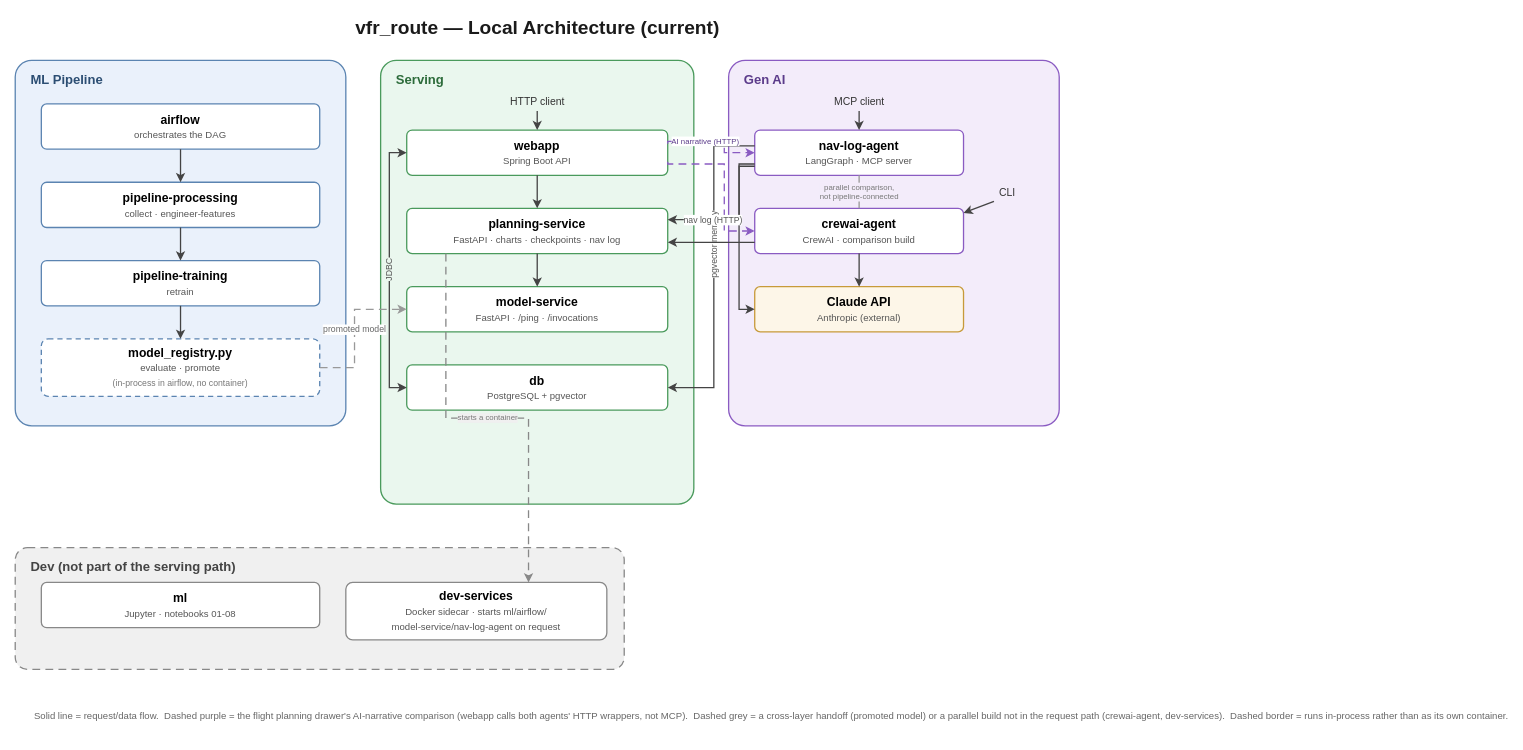
Earlier version of the draw.io diagram docs/architecture-current.drawio (asdaq-samir/flight_plan). Source tidied: cells renumbered, new cells numbered last; positions are measured from the earlier drawing's top-left corner, leaving out a move shared by most shapes. Both pictures are drawn from the tidied source at 87%, with x=0, y=0 at pixel (15, 15).
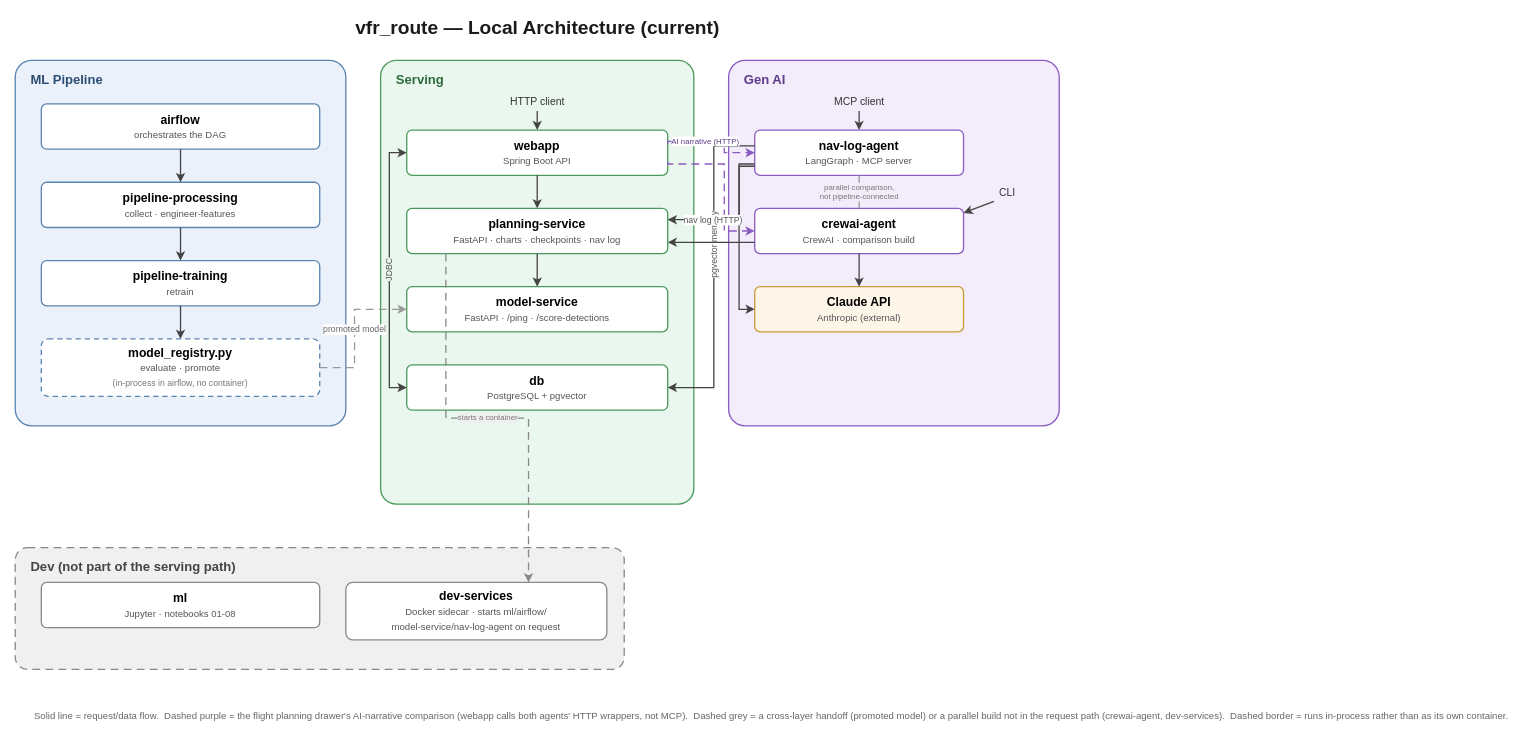
Above is the later version.

Diff of the diagram source:
```diff
@@
-    <mxCell id="14" value="&lt;b&gt;model-service&lt;/b&gt;&lt;br&gt;&lt;span style=&quot;font-size:11px;color:#555555;&quot;&gt;FastAPI · /ping · /invocations&lt;/span&gt;" style="rounded=1;arcSize=12;whiteSpace=wrap;html=1;fillColor=#FFFFFF;strokeColor=#4A9A5C;strokeWidth=1.5;fontSize=14;" parent="1" vertex="1">
+    <mxCell id="14" value="&lt;b&gt;model-service&lt;/b&gt;&lt;br&gt;&lt;span style=&quot;font-size:11px;color:#555555;&quot;&gt;FastAPI · /ping · /score-detections&lt;/span&gt;" style="rounded=1;arcSize=12;whiteSpace=wrap;html=1;fillColor=#FFFFFF;strokeColor=#4A9A5C;strokeWidth=1.5;fontSize=14;" parent="1" vertex="1">
       <mxGeometry x="450" y="312" width="300" height="52" as="geometry" />
     </mxCell>
```
